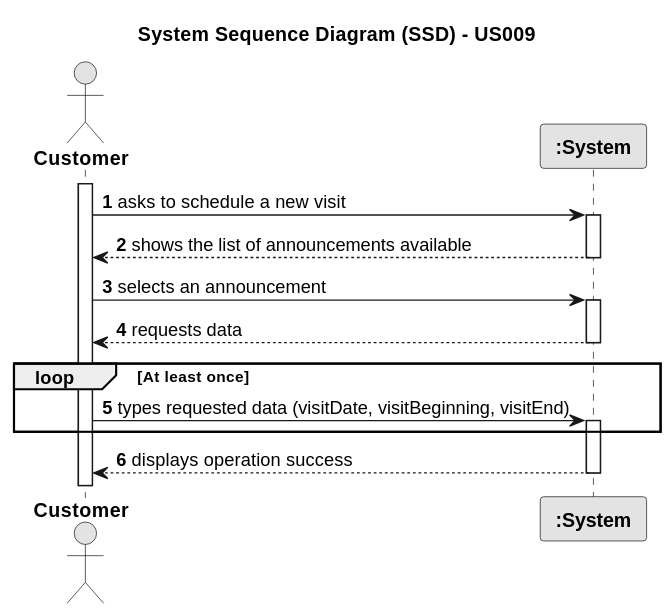
rita-barbosa/LAPR2-2223 keeps this PlantUML diagram as docs/sprintC/us009/01.requirements-engineering/svg/us009-system-sequence-diagram.svg. Above is the earlier version.
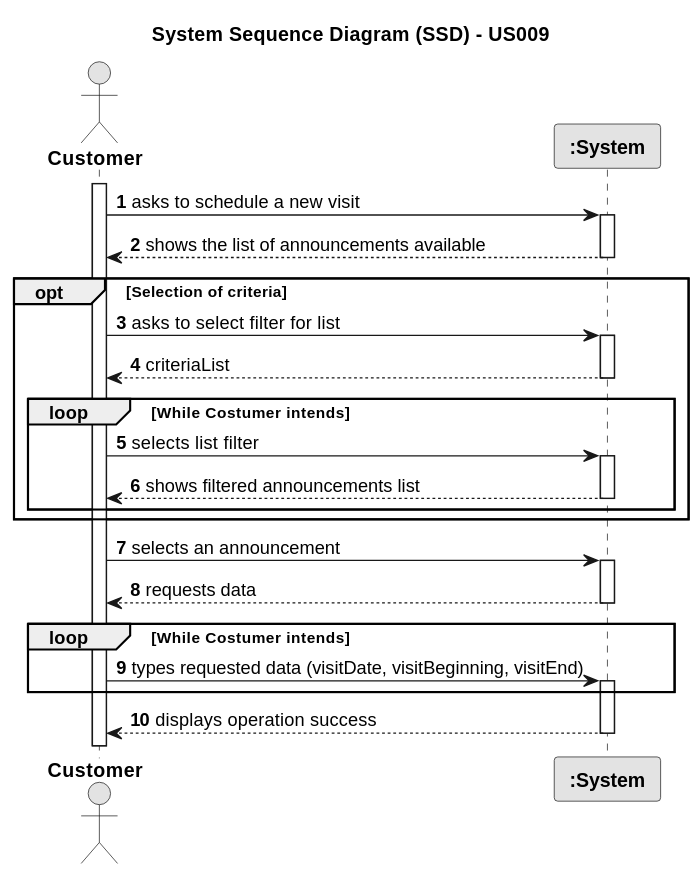
The same file after the commit.

Diff of the diagram source:
```diff
@@ -18,13 +18,32 @@
     System --> CTM : shows the list of announcements available
         deactivate System
 
+    opt Selection of criteria
+
+        CTM -> System : asks to select filter for list
+        activate System
+
+        System --> CTM : criteriaList
+        deactivate System
+
+        loop While Costumer intends
+
+            CTM -> System : selects list filter
+            activate System
+
+                System --> CTM : shows filtered announcements list
+            deactivate System
+        end loop
+
+    end opt
+
     CTM -> System : selects an announcement
         activate System
 
     System --> CTM : requests data
         deactivate System
 
-    loop At least once
+    loop While Costumer intends
 
     CTM -> System : types requested data (visitDate, visitBeginning, visitEnd)
         activate System
```
